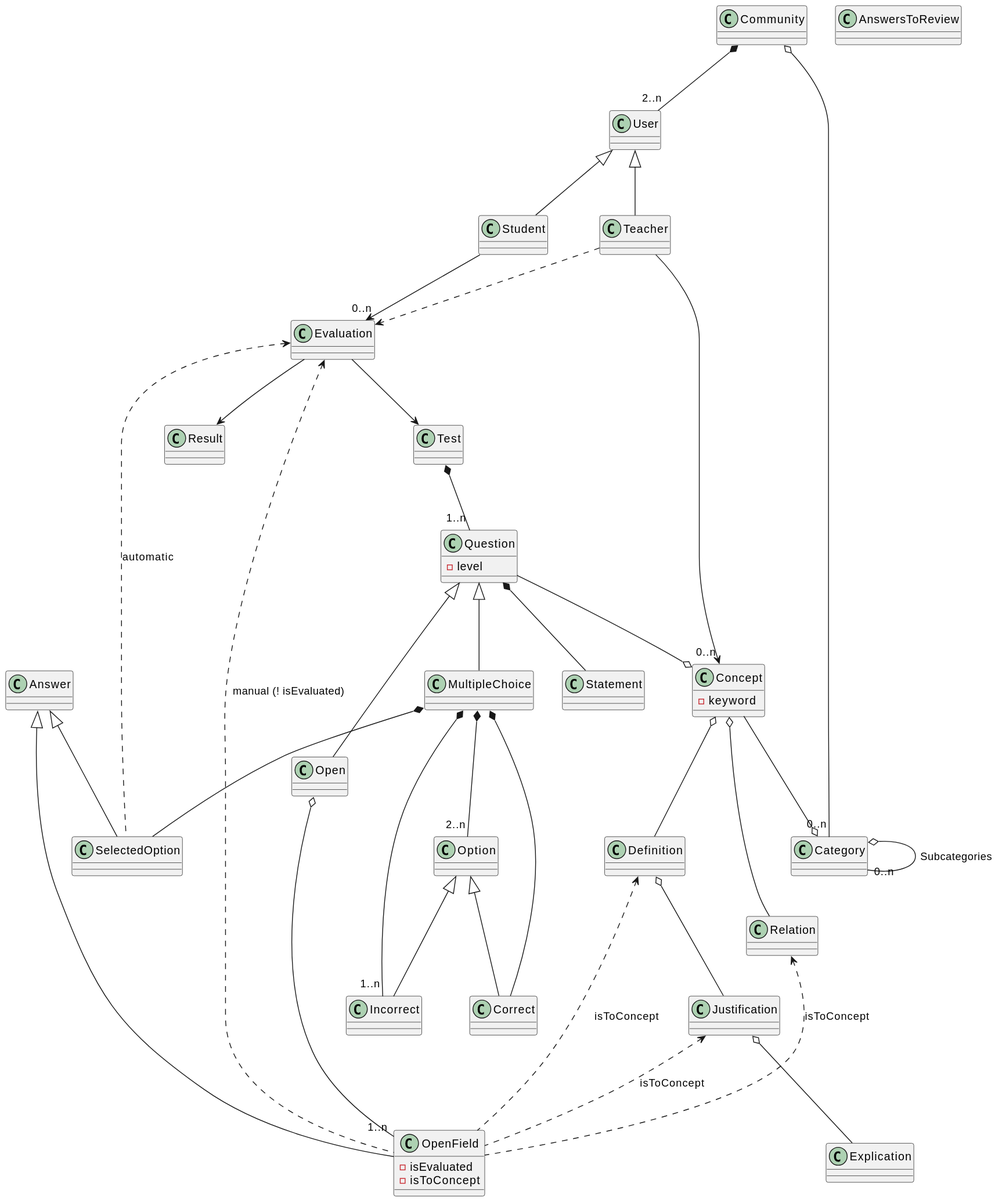
Before: out/doc/dominio_clases/OpoTestDomain.svg, a diagram exported from PlantUML (Joselon/ProyectoOpoTest).
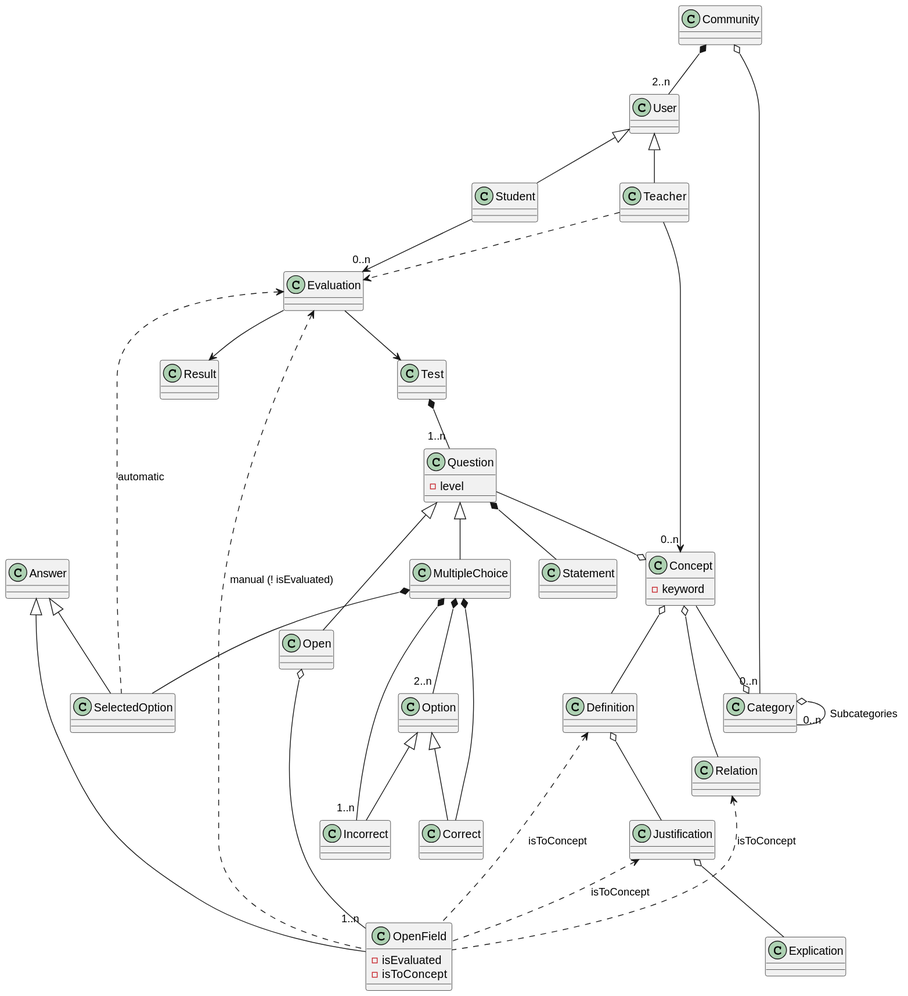
The same file after the commit.

Commit message:
Añadiendo subcaterios 0.1 fix Diagramas

The edit, as a diff of the source:
```diff
@@ -15,8 +15,6 @@
 class Category
 
 class Test
-
-class AnswersToReview
 
 class Concept {
     - keyword
```
